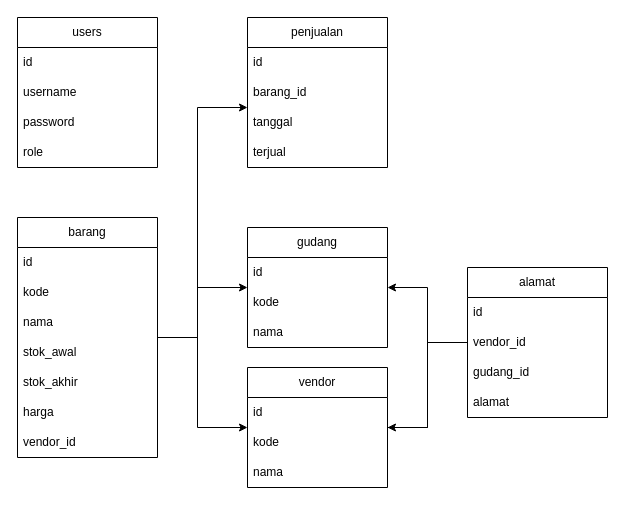
The draw.io diagram pabrik1.drawio in beat-kuliah/pabrik1, before the edit. Source tidied: cells renumbered, new cells numbered last; positions are measured from the earlier drawing's top-left corner, leaving out a move shared by most shapes. Both pictures are drawn from the tidied source at 100%, with x=0, y=0 at pixel (17, 17).
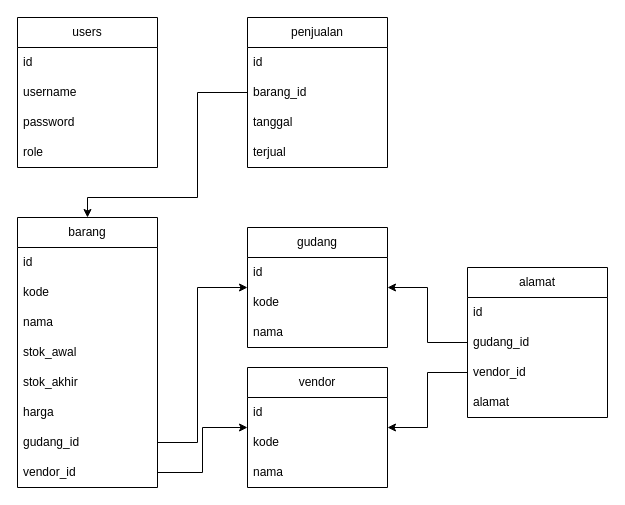
Above is the later version.

Unchanged cells that the change refers to:
```xml
<mxCell id="7" value="penjualan" style="swimlane;fontStyle=0;horizontal=1;startSize=30;whiteSpace=wrap;html=1;" parent="1" vertex="1">
  <mxGeometry x="230" width="140" height="150" as="geometry" />
</mxCell>
<mxCell id="9" value="barang_id" style="text;strokeColor=none;fillColor=none;align=left;verticalAlign=middle;spacingLeft=4;spacingRight=4;overflow=hidden;points=[[0,0.5],[1,0.5]];portConstraint=eastwest;whiteSpace=wrap;html=1;" parent="7" vertex="1">
  <mxGeometry y="60" width="140" height="30" as="geometry" />
</mxCell>
<mxCell id="25" value="alamat" style="swimlane;fontStyle=0;horizontal=1;startSize=30;whiteSpace=wrap;html=1;" parent="1" vertex="1">
  <mxGeometry x="450" y="250" width="140" height="150" as="geometry" />
</mxCell>
<mxCell id="30" value="gudang" style="swimlane;fontStyle=0;horizontal=1;startSize=30;whiteSpace=wrap;html=1;" parent="1" vertex="1">
  <mxGeometry x="230" y="210" width="140" height="120" as="geometry" />
</mxCell>
<mxCell id="34" value="vendor" style="swimlane;fontStyle=0;horizontal=1;startSize=30;whiteSpace=wrap;html=1;" parent="1" vertex="1">
  <mxGeometry x="230" y="350" width="140" height="120" as="geometry" />
</mxCell>
```

The edit, as a diff of the source:
```diff
@@
-    <mxCell id="12" style="edgeStyle=orthogonalEdgeStyle;rounded=0;jettySize=auto;html=1;" parent="1" edge="1" source="15" target="34">
-      <mxGeometry relative="1" as="geometry">
-        <Array as="points">
-          <mxPoint x="180" y="320" />
-          <mxPoint x="180" y="410" />
-        </Array>
-      </mxGeometry>
+    <mxCell id="12" style="edgeStyle=orthogonalEdgeStyle;rounded=0;jettySize=auto;html=1;" parent="1" edge="1" source="39" target="34">
+      <mxGeometry relative="1" as="geometry" />
     </mxCell>
-    <mxCell id="13" style="edgeStyle=orthogonalEdgeStyle;rounded=0;jettySize=auto;html=1;" parent="1" edge="1" source="15" target="7">
-      <mxGeometry relative="1" as="geometry">
-        <Array as="points">
-          <mxPoint x="180" y="320" />
-          <mxPoint x="180" y="90" />
-        </Array>
-      </mxGeometry>
-    </mxCell>
-    <mxCell id="14" style="edgeStyle=orthogonalEdgeStyle;rounded=0;jettySize=auto;html=1;" parent="1" edge="1" source="15" target="30">
+    <mxCell id="14" style="edgeStyle=orthogonalEdgeStyle;rounded=0;jettySize=auto;html=1;" parent="1" edge="1" source="22" target="30">
       <mxGeometry relative="1" as="geometry">
         <Array as="points">
-          <mxPoint x="180" y="320" />
+          <mxPoint x="180" y="425" />
           <mxPoint x="180" y="270" />
         </Array>
       </mxGeometry>
     </mxCell>
     <mxCell id="15" value="barang" style="swimlane;fontStyle=0;horizontal=1;startSize=30;whiteSpace=wrap;html=1;" parent="1" vertex="1">
-      <mxGeometry y="200" width="140" height="240" as="geometry" />
+      <mxGeometry y="200" width="140" height="270" as="geometry" />
     </mxCell>
@@
-    <mxCell id="22" value="vendor_id" style="text;strokeColor=none;fillColor=none;align=left;verticalAlign=middle;spacingLeft=4;spacingRight=4;overflow=hidden;points=[[0,0.5],[1,0.5]];portConstraint=eastwest;whiteSpace=wrap;html=1;" parent="15" vertex="1">
+    <mxCell id="22" value="gudang_id" style="text;strokeColor=none;fillColor=none;align=left;verticalAlign=middle;spacingLeft=4;spacingRight=4;overflow=hidden;points=[[0,0.5],[1,0.5]];portConstraint=eastwest;whiteSpace=wrap;html=1;" parent="15" vertex="1">
       <mxGeometry y="210" width="140" height="30" as="geometry" />
     </mxCell>
-    <mxCell id="23" style="edgeStyle=orthogonalEdgeStyle;rounded=0;jettySize=auto;html=1;" parent="1" edge="1" source="25" target="34">
-      <mxGeometry relative="1" as="geometry" />
-    </mxCell>
+    <mxCell id="39" value="vendor_id" style="text;strokeColor=none;fillColor=none;align=left;verticalAlign=middle;spacingLeft=4;spacingRight=4;overflow=hidden;points=[[0,0.5],[1,0.5]];portConstraint=eastwest;whiteSpace=wrap;html=1;" parent="15" vertex="1">
+      <mxGeometry y="240" width="140" height="30" as="geometry" />
+    </mxCell>
@@
+    <mxCell id="28" value="gudang_id" style="text;strokeColor=none;fillColor=none;align=left;verticalAlign=middle;spacingLeft=4;spacingRight=4;overflow=hidden;whiteSpace=wrap;html=1;" parent="25" vertex="1">
+      <mxGeometry y="60" width="140" height="30" as="geometry" />
+    </mxCell>
     <mxCell id="27" value="vendor_id" style="text;strokeColor=none;fillColor=none;align=left;verticalAlign=middle;spacingLeft=4;spacingRight=4;overflow=hidden;points=[[0,0.5],[1,0.5]];portConstraint=eastwest;whiteSpace=wrap;html=1;" parent="25" vertex="1">
-      <mxGeometry y="60" width="140" height="30" as="geometry" />
+      <mxGeometry y="90" width="140" height="30" as="geometry" />
     </mxCell>
-    <mxCell id="28" value="gudang_id" style="text;strokeColor=none;fillColor=none;align=left;verticalAlign=middle;spacingLeft=4;spacingRight=4;overflow=hidden;whiteSpace=wrap;html=1;" parent="25" vertex="1">
-      <mxGeometry y="90" width="140" height="30" as="geometry" />
-    </mxCell>
@@
-    <mxCell id="38" style="edgeStyle=orthogonalEdgeStyle;rounded=0;jettySize=auto;html=1;endArrow=none;" parent="1" edge="1" source="25" target="34">
-      <mxGeometry relative="1" as="geometry" />
-    </mxCell>
+    <mxCell id="40" style="edgeStyle=orthogonalEdgeStyle;rounded=0;jettySize=auto;html=1;" parent="1" edge="1" source="9" target="15">
+      <mxGeometry relative="1" as="geometry">
+        <Array as="points">
+          <mxPoint x="180" y="75" />
+          <mxPoint x="180" y="180" />
+          <mxPoint x="70" y="180" />
+        </Array>
+      </mxGeometry>
+    </mxCell>
+    <mxCell id="41" style="edgeStyle=orthogonalEdgeStyle;rounded=0;jettySize=auto;html=1;" parent="1" edge="1" source="27" target="34">
+      <mxGeometry relative="1" as="geometry" />
+    </mxCell>
```
